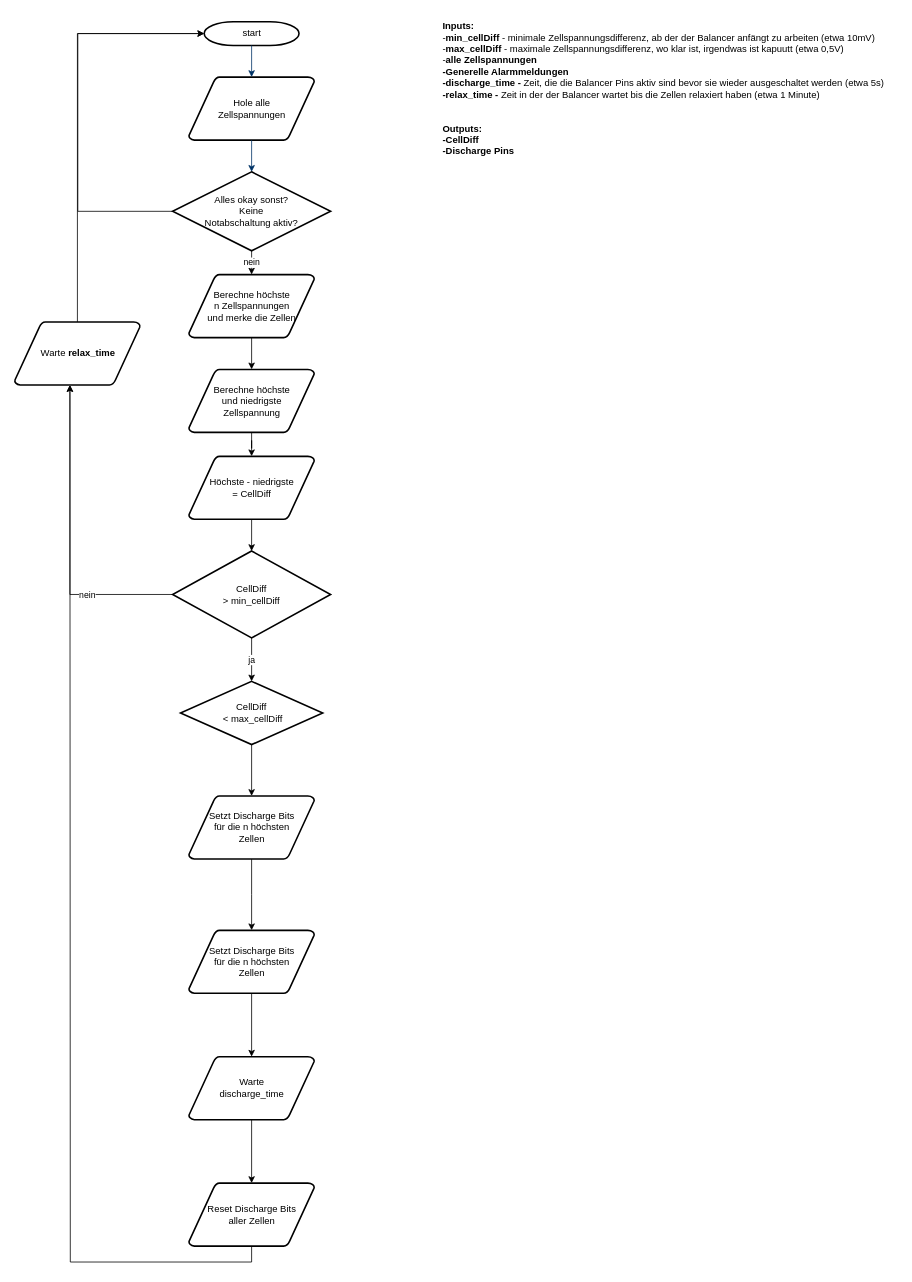
This is Balancer Flowchart.drawio from SunshadeCorp/EasyBMS-master, a draw.io file, before an edit. Source tidied: cells renumbered, new cells numbered last; positions are measured from the earlier drawing's top-left corner, leaving out a move shared by most shapes. Both pictures are drawn from the tidied source at 79%, with x=0, y=0 at pixel (14, 13).
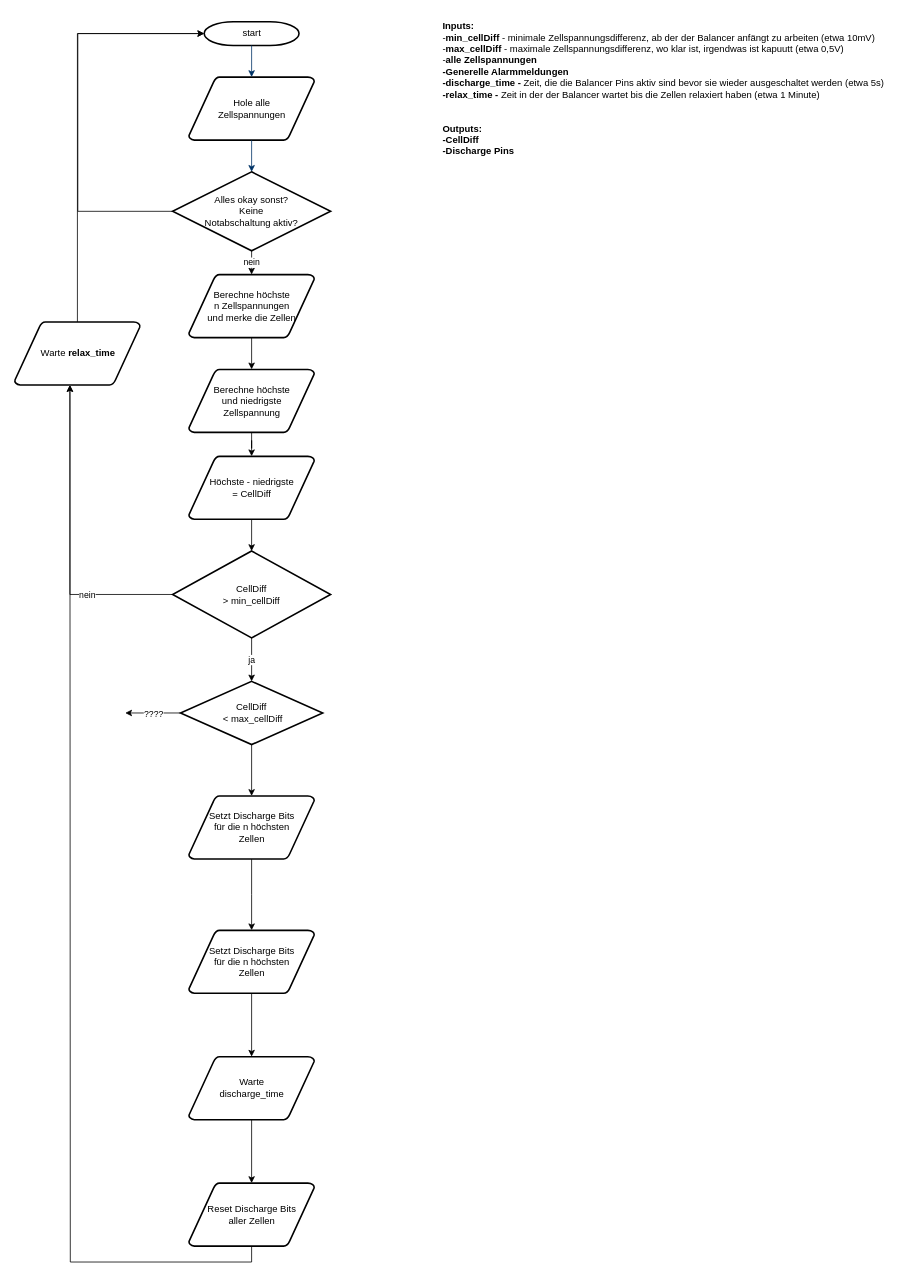
Above is the later version.

Unchanged cells that the change refers to:
```xml
<mxCell id="22" value="&lt;div&gt;CellDiff&lt;/div&gt;&lt;div&gt;&amp;nbsp;&amp;lt; max_cellDiff &lt;/div&gt;" style="rhombus;whiteSpace=wrap;html=1;fontStyle=0;strokeWidth=2;gradientDirection=north;" parent="1" vertex="1">
  <mxGeometry x="210" y="845" width="180" height="80" as="geometry" />
</mxCell>
```

Diff of the diagram source:
```diff
@@
+    <mxCell id="33" value="????" style="edgeStyle=orthogonalEdgeStyle;rounded=0;jettySize=auto;html=1;" parent="1" edge="1" source="22">
+      <mxGeometry relative="1" as="geometry">
+        <mxPoint x="140" y="885" as="targetPoint" />
+      </mxGeometry>
+    </mxCell>
```
